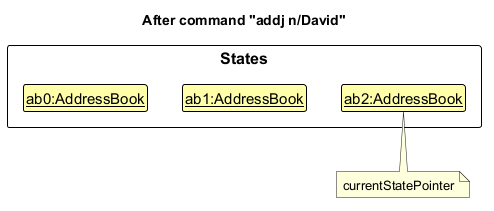
Above: docs/images/UndoRedoState2.png in AY2627S1-CS2103T-F10-4/tp (PlantUML), before the change.
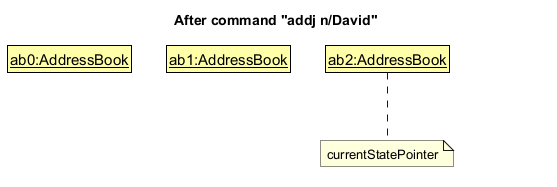
The same diagram one commit later.

What changed in the source:
```diff
@@ -3,17 +3,20 @@
 skinparam ClassFontColor #000000
 skinparam ClassBorderColor #000000
 skinparam ClassBackgroundColor #FFFFAA
+skinparam roundCorner 0
 
 title After command "addj n/David"
 
-package States {
-    class State1 as "<u>ab0:AddressBook</u>"
-    class State2 as "<u>ab1:AddressBook</u>"
-    class State3 as "<u>ab2:AddressBook</u>"
-}
+class State1 as "<u>ab0:AddressBook</u>"
+class State2 as "<u>ab1:AddressBook</u>"
+class State3 as "<u>ab2:AddressBook</u>"
 
 State1 -[hidden]right-> State2
 State2 -[hidden]right-> State3
 
-note bottom of State3 : currentStatePointer
+class Spacer <<unused>>
+hide <<unused>>
+note "currentStatePointer" as Pointer
+State3 .. Pointer
+Pointer -[hidden]right- Spacer
 @enduml
```
